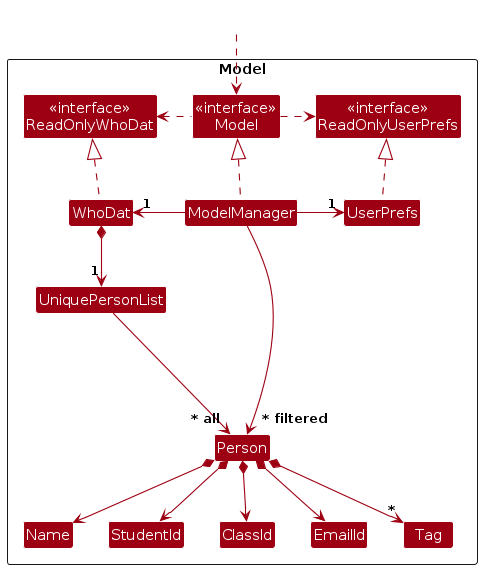
Above: diagrams/ModelClassDiagram.png in AY2425S2-CS2103T-T14-3/tp (PlantUML), before the change. Its source is kept beside it as diagrams/ModelClassDiagram.puml.
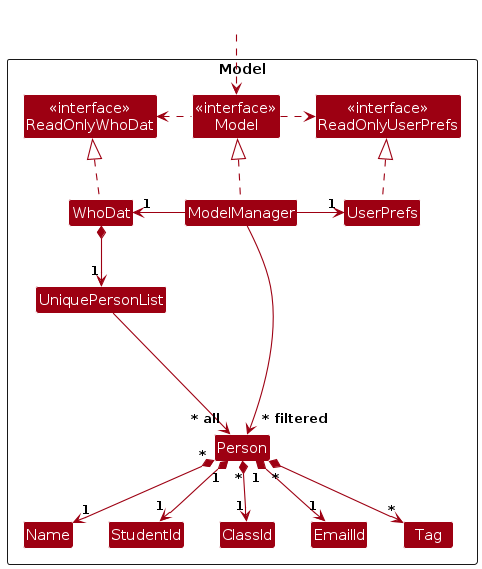
Later version of the same file.

Diff of the diagram source:
```diff
@@ -37,11 +37,11 @@
 
 WhoDat *--> "1" UniquePersonList
 UniquePersonList --> "~* all" Person
-Person *--> Name
-Person *--> StudentId
-Person *--> EmailId
-Person *--> ClassId
-Person *--> "*" Tag
+Person "*" *--> "1" Name
+Person "1" *--> "1" StudentId
+Person "1" *--> "1" EmailId
+Person "*" *--> "1" ClassId
+Person "*" *--> "*" Tag
 
 Person -[hidden]up--> I
 UniquePersonList -[hidden]right-> I
```
